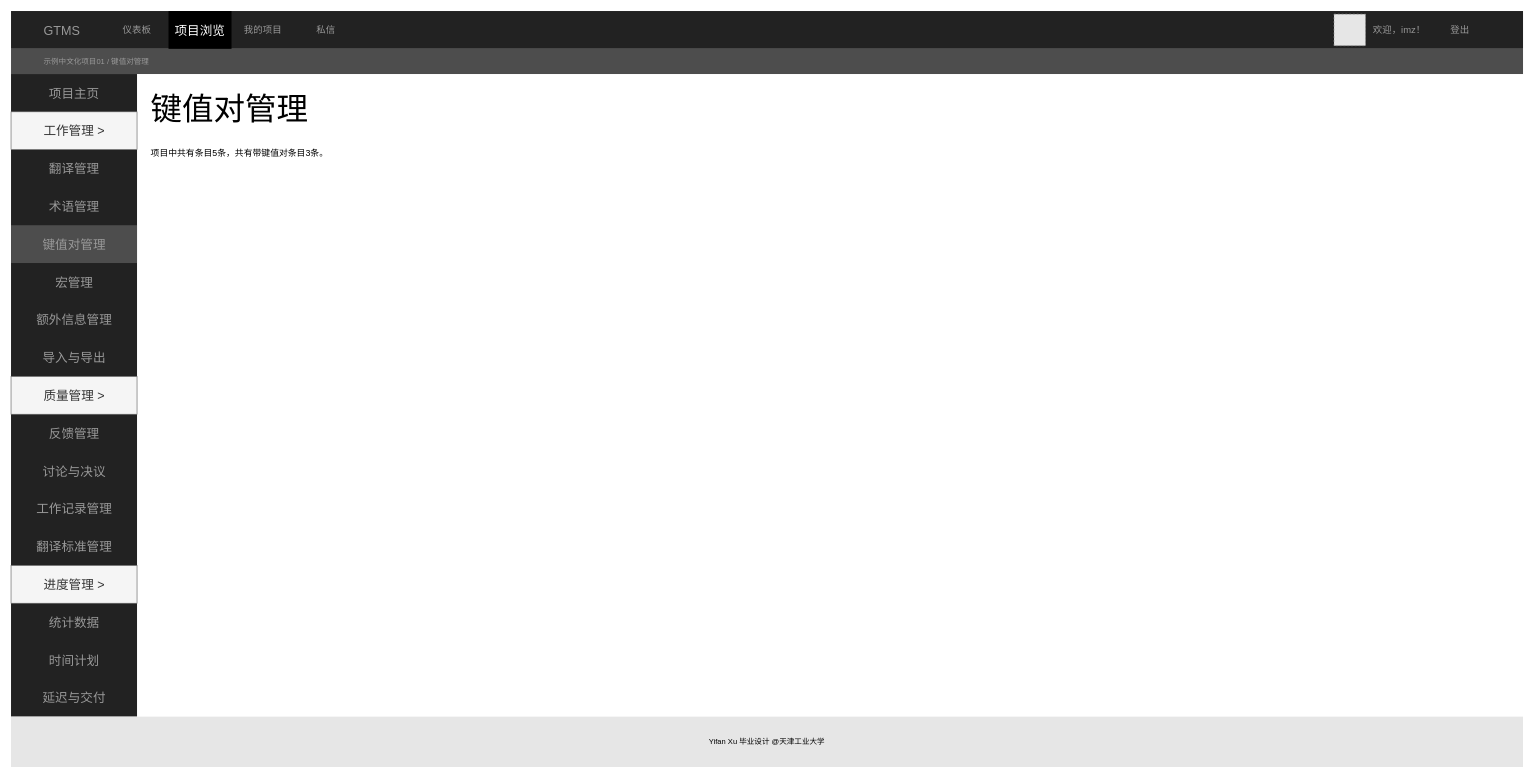
This is 键值对管理界面.drawio from icemeowzhi/bach_final_diags, a draw.io file, before an edit. Source tidied: cells renumbered, new cells numbered last; positions are measured from the earlier drawing's top-left corner, leaving out a move shared by most shapes. Both pictures are drawn from the tidied source at 63%, with x=0, y=0 at pixel (11, 11). Pictures stored in the file or linked from it are replaced by grey dashed boxes.
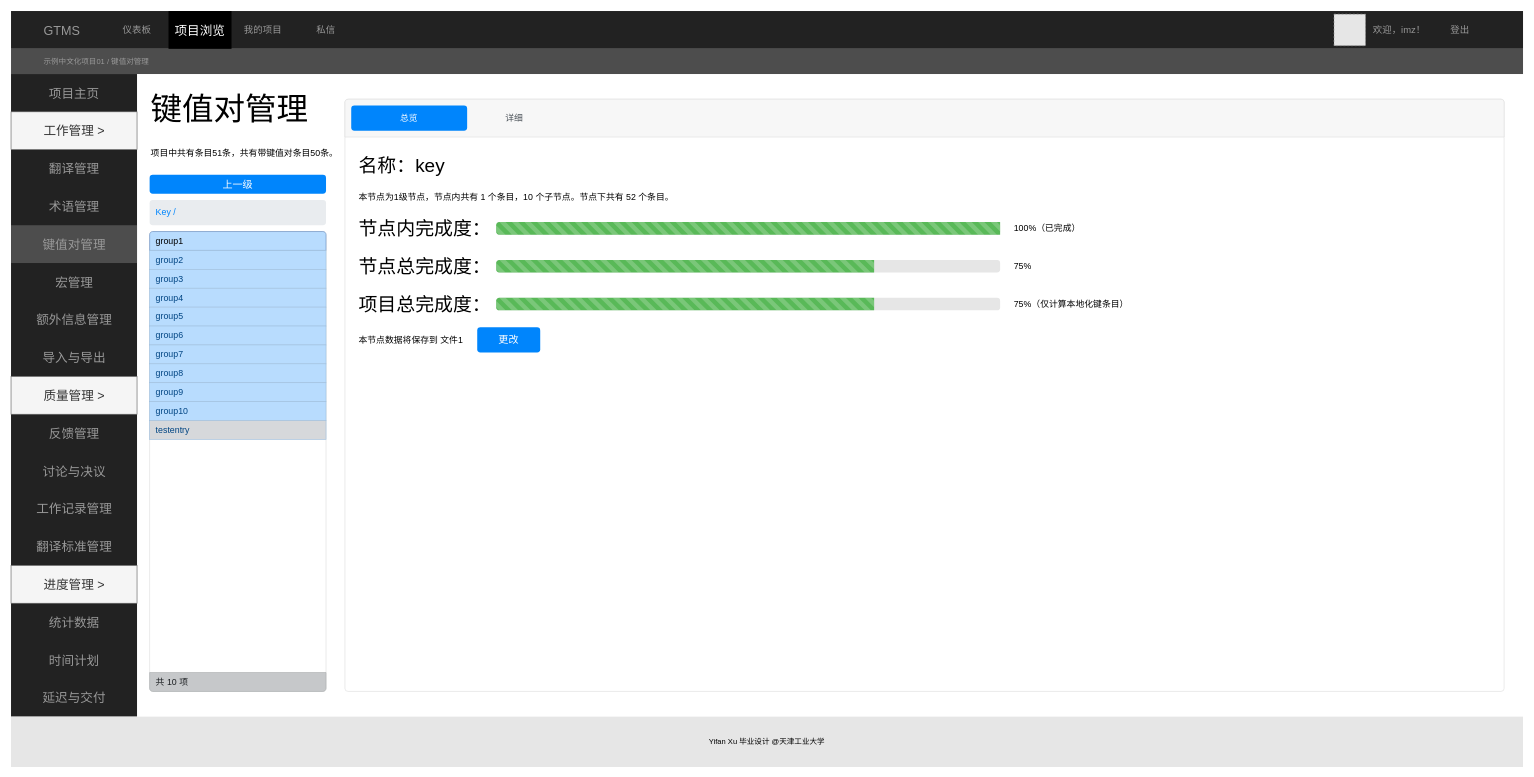
After the change.

Commit message:
更新键值对管理界面.drawio

What changed in the source:
```diff
@@
-    <mxCell id="33" value="&lt;div style=&quot;font-size: 14px;&quot; align=&quot;left&quot;&gt;&lt;font style=&quot;font-size: 14px;&quot;&gt;项目中共有条目5条，共有带键值对条目3条。&lt;/font&gt;&lt;/div&gt;" style="text;html=1;align=left;verticalAlign=middle;strokeColor=none;fillColor=none;" parent="1" vertex="1">
-      <mxGeometry x="220" y="210" width="310" height="30" as="geometry" />
+    <mxCell id="33" value="&lt;div style=&quot;font-size: 14px;&quot; align=&quot;left&quot;&gt;&lt;font style=&quot;font-size: 14px;&quot;&gt;项目中共有条目51条，共有带键值对条目50条。&lt;/font&gt;&lt;/div&gt;" style="text;html=1;align=left;verticalAlign=middle;strokeColor=none;fillColor=none;" parent="1" vertex="1">
+      <mxGeometry x="220" y="210" width="320" height="30" as="geometry" />
     </mxCell>
+    <mxCell id="34" style="html=1;shadow=0;dashed=0;shape=mxgraph.bootstrap.rrect;rSize=5;strokeColor=#DFDFDF;html=1;whiteSpace=wrap;fillColor=#FFFFFF;fontColor=#000000;" parent="1" vertex="1">
+      <mxGeometry x="220" y="350" width="280" height="730" as="geometry" />
+    </mxCell>
+    <mxCell id="35" value="group1" style="strokeColor=#6c8ebf;fillColor=#b8dcfe;html=1;shadow=0;dashed=0;shape=mxgraph.bootstrap.topButton;rSize=5;perimeter=none;whiteSpace=wrap;align=left;spacing=10;fontSize=14;" parent="34" vertex="1">
+      <mxGeometry width="280" height="30" relative="1" as="geometry" />
+    </mxCell>
+    <mxCell id="36" value="group2" style="html=1;fillColor=#B8DCFE;strokeColor=#A1C0DE;fontColor=#004583;shadow=0;dashed=0;perimeter=none;whiteSpace=wrap;align=left;spacing=10;fontSize=14;" parent="34" vertex="1">
+      <mxGeometry width="280" height="30" relative="1" as="geometry">
+        <mxPoint y="30" as="offset" />
+      </mxGeometry>
+    </mxCell>
+    <mxCell id="37" value="共 10 项" style="html=1;shadow=0;dashed=0;shape=mxgraph.bootstrap.bottomButton;fillColor=#C6C8CA;strokeColor=#ADAFB1;fontColor=#1B1E21;rSize=5;perimeter=none;whiteSpace=wrap;align=left;spacing=10;fontSize=14;" parent="34" vertex="1">
+      <mxGeometry y="1" width="280" height="30" relative="1" as="geometry">
+        <mxPoint y="-30" as="offset" />
+      </mxGeometry>
+    </mxCell>
+    <mxCell id="38" value="group3" style="html=1;fillColor=#B8DCFE;strokeColor=#A1C0DE;fontColor=#004583;shadow=0;dashed=0;perimeter=none;whiteSpace=wrap;align=left;spacing=10;fontSize=14;" parent="34" vertex="1">
+      <mxGeometry y="60" width="280" height="30" as="geometry" />
+    </mxCell>
+    <mxCell id="39" value="group4" style="html=1;fillColor=#B8DCFE;strokeColor=#A1C0DE;fontColor=#004583;shadow=0;dashed=0;perimeter=none;whiteSpace=wrap;align=left;spacing=10;fontSize=14;" parent="34" vertex="1">
+      <mxGeometry y="90" width="280" height="30" as="geometry" />
+    </mxCell>
+    <mxCell id="40" value="group5" style="html=1;fillColor=#B8DCFE;strokeColor=#A1C0DE;fontColor=#004583;shadow=0;dashed=0;perimeter=none;whiteSpace=wrap;align=left;spacing=10;fontSize=14;" parent="34" vertex="1">
+      <mxGeometry y="120" width="280" height="30" as="geometry" />
+    </mxCell>
+    <mxCell id="41" value="group6" style="html=1;fillColor=#B8DCFE;strokeColor=#A1C0DE;fontColor=#004583;shadow=0;dashed=0;perimeter=none;whiteSpace=wrap;align=left;spacing=10;fontSize=14;" parent="34" vertex="1">
+      <mxGeometry y="150" width="280" height="30" as="geometry" />
+    </mxCell>
+    <mxCell id="42" value="group7" style="html=1;fillColor=#B8DCFE;strokeColor=#A1C0DE;fontColor=#004583;shadow=0;dashed=0;perimeter=none;whiteSpace=wrap;align=left;spacing=10;fontSize=14;" parent="34" vertex="1">
+      <mxGeometry y="180" width="280" height="30" as="geometry" />
+    </mxCell>
+    <mxCell id="43" value="group8" style="html=1;fillColor=#B8DCFE;strokeColor=#A1C0DE;fontColor=#004583;shadow=0;dashed=0;perimeter=none;whiteSpace=wrap;align=left;spacing=10;fontSize=14;" parent="34" vertex="1">
+      <mxGeometry y="210" width="280" height="30" as="geometry" />
+    </mxCell>
+    <mxCell id="44" value="group9" style="html=1;fillColor=#B8DCFE;strokeColor=#A1C0DE;fontColor=#004583;shadow=0;dashed=0;perimeter=none;whiteSpace=wrap;align=left;spacing=10;fontSize=14;" parent="34" vertex="1">
+      <mxGeometry y="240" width="280" height="30" as="geometry" />
+    </mxCell>
+    <mxCell id="45" value="group10" style="html=1;fillColor=#B8DCFE;strokeColor=#A1C0DE;fontColor=#004583;shadow=0;dashed=0;perimeter=none;whiteSpace=wrap;align=left;spacing=10;fontSize=14;" parent="34" vertex="1">
+      <mxGeometry y="270" width="280" height="30" as="geometry" />
+    </mxCell>
+    <mxCell id="46" value="testentry" style="html=1;fillColor=#d6d8db;strokeColor=#A1C0DE;fontColor=#004583;shadow=0;dashed=0;perimeter=none;whiteSpace=wrap;align=left;spacing=10;fontSize=14;" parent="34" vertex="1">
+      <mxGeometry y="300" width="280" height="30" as="geometry" />
+    </mxCell>
+    <mxCell id="47" value="上一级" style="html=1;shadow=0;dashed=0;shape=mxgraph.bootstrap.rrect;rSize=5;strokeColor=none;strokeWidth=1;fillColor=#0085FC;fontColor=#FFFFFF;whiteSpace=wrap;align=center;verticalAlign=middle;spacingLeft=0;fontStyle=0;fontSize=16;spacing=5;" parent="1" vertex="1">
+      <mxGeometry x="220" y="260" width="280" height="30" as="geometry" />
+    </mxCell>
+    <mxCell id="48" value="&lt;font color=&quot;#0085fc&quot;&gt;Key / &lt;br&gt;&lt;/font&gt;" style="html=1;shadow=0;dashed=0;shape=mxgraph.bootstrap.rrect;rSize=5;strokeColor=none;strokeWidth=1;fillColor=#E9ECEF;fontColor=#6C757D;whiteSpace=wrap;align=left;verticalAlign=middle;spacingLeft=0;fontStyle=0;fontSize=14;spacing=10;" parent="1" vertex="1">
+      <mxGeometry x="220" y="300" width="280" height="40" as="geometry" />
+    </mxCell>
+    <mxCell id="49" style="html=1;shadow=0;dashed=0;shape=mxgraph.bootstrap.rrect;rSize=5;strokeColor=#DFDFDF;html=1;whiteSpace=wrap;fillColor=#FFFFFF;fontColor=#000000;" parent="1" vertex="1">
+      <mxGeometry x="530" y="140" width="1840" height="940" as="geometry" />
+    </mxCell>
+    <mxCell id="50" style="html=1;shadow=0;dashed=0;shape=mxgraph.bootstrap.topButton;strokeColor=inherit;fillColor=#F7F7F7;rSize=5;perimeter=none;whiteSpace=wrap;align=center;spacing=20;fontSize=14;" parent="49" vertex="1">
+      <mxGeometry width="1840" height="60" relative="1" as="geometry" />
+    </mxCell>
+    <mxCell id="51" value="总览" style="html=1;shadow=0;dashed=0;shape=mxgraph.bootstrap.rrect;arcSize=5;strokeColor=none;fillColor=#0085FC;rSize=5;perimeter=none;whiteSpace=wrap;align=center;spacing=20;fontSize=14;fontColor=#ffffff;" parent="49" vertex="1">
+      <mxGeometry width="184" height="40" relative="1" as="geometry">
+        <mxPoint x="10" y="10" as="offset" />
+      </mxGeometry>
+    </mxCell>
+    <mxCell id="52" value="详细" style="strokeColor=none;fillColor=none;rSize=5;perimeter=none;whiteSpace=wrap;align=center;spacing=20;fontSize=14;fontColor=#0085FC;fontColor=#4B5259;" parent="49" vertex="1">
+      <mxGeometry width="138" height="40" relative="1" as="geometry">
+        <mxPoint x="200" y="10" as="offset" />
+      </mxGeometry>
+    </mxCell>
+    <mxCell id="53" value="名称：key" style="text;html=1;align=left;verticalAlign=middle;strokeColor=none;fillColor=none;fontSize=30;" parent="49" vertex="1">
+      <mxGeometry x="20" y="80" width="160" height="50" as="geometry" />
+    </mxCell>
+    <mxCell id="54" value="&lt;font style=&quot;font-size: 14px;&quot;&gt;本节点为1级节点，节点内共有 1 个条目，10 个子节点。节点下共有 52 个条目。&lt;br style=&quot;font-size: 14px;&quot;&gt;&lt;/font&gt;" style="text;html=1;align=left;verticalAlign=middle;strokeColor=none;fillColor=none;fontSize=14;" parent="49" vertex="1">
+      <mxGeometry x="20" y="140" width="530" height="30" as="geometry" />
+    </mxCell>
+    <mxCell id="55" value="节点内完成度：" style="text;html=1;align=left;verticalAlign=middle;strokeColor=none;fillColor=none;fontSize=30;" parent="49" vertex="1">
+      <mxGeometry x="20" y="180" width="230" height="50" as="geometry" />
+    </mxCell>
+    <mxCell id="56" value="节点总完成度：" style="text;html=1;align=left;verticalAlign=middle;strokeColor=none;fillColor=none;fontSize=30;" parent="49" vertex="1">
+      <mxGeometry x="20" y="240" width="230" height="50" as="geometry" />
+    </mxCell>
+    <mxCell id="57" style="html=1;shadow=0;dashed=0;shape=mxgraph.bootstrap.rrect;rSize=5;strokeColor=none;fillColor=#E6E6E6;whiteSpace=wrap;" parent="49" vertex="1">
+      <mxGeometry x="240" y="255" width="800" height="20" as="geometry" />
+    </mxCell>
+    <mxCell id="58" style="html=1;shadow=0;dashed=0;shape=mxgraph.bootstrap.leftButtonStriped;fillColor=#59B958;fontColor=#FFFFFF;whiteSpace=wrap;" parent="57" vertex="1">
+      <mxGeometry width="600" height="20" as="geometry" />
+    </mxCell>
+    <mxCell id="59" value="100%（已完成）" style="text;html=1;align=left;verticalAlign=middle;strokeColor=none;fillColor=none;fontSize=14;" parent="49" vertex="1">
+      <mxGeometry x="1060" y="190" width="130" height="30" as="geometry" />
+    </mxCell>
+    <mxCell id="60" value="75%" style="text;html=1;align=left;verticalAlign=middle;strokeColor=none;fillColor=none;fontSize=14;" parent="49" vertex="1">
+      <mxGeometry x="1060" y="250" width="50" height="30" as="geometry" />
+    </mxCell>
+    <mxCell id="61" value="项目总完成度：" style="text;html=1;align=left;verticalAlign=middle;strokeColor=none;fillColor=none;fontSize=30;" parent="49" vertex="1">
+      <mxGeometry x="20" y="300" width="230" height="50" as="geometry" />
+    </mxCell>
+    <mxCell id="62" style="html=1;shadow=0;dashed=0;shape=mxgraph.bootstrap.rrect;rSize=5;strokeColor=none;fillColor=#E6E6E6;whiteSpace=wrap;" parent="49" vertex="1">
+      <mxGeometry x="240" y="315" width="800" height="20" as="geometry" />
+    </mxCell>
+    <mxCell id="63" style="html=1;shadow=0;dashed=0;shape=mxgraph.bootstrap.leftButtonStriped;fillColor=#59B958;fontColor=#FFFFFF;whiteSpace=wrap;" parent="62" vertex="1">
+      <mxGeometry width="600" height="20" as="geometry" />
+    </mxCell>
+    <mxCell id="64" value="75%（仅计算本地化键条目）" style="text;html=1;align=left;verticalAlign=middle;strokeColor=none;fillColor=none;fontSize=14;" parent="49" vertex="1">
+      <mxGeometry x="1060" y="310" width="210" height="30" as="geometry" />
+    </mxCell>
+    <mxCell id="65" style="html=1;shadow=0;dashed=0;shape=mxgraph.bootstrap.rrect;rSize=5;strokeColor=none;fillColor=#E6E6E6;whiteSpace=wrap;" parent="49" vertex="1">
+      <mxGeometry x="240" y="195" width="800" height="20" as="geometry" />
+    </mxCell>
+    <mxCell id="66" style="html=1;shadow=0;dashed=0;shape=mxgraph.bootstrap.leftButtonStriped;fillColor=#59B958;fontColor=#FFFFFF;whiteSpace=wrap;" parent="65" vertex="1">
+      <mxGeometry width="800" height="20" as="geometry" />
+    </mxCell>
+    <mxCell id="67" value="本节点数据将保存到 文件1" style="text;html=1;align=left;verticalAlign=middle;strokeColor=none;fillColor=none;fontSize=14;" parent="49" vertex="1">
+      <mxGeometry x="20" y="367" width="190" height="30" as="geometry" />
+    </mxCell>
+    <mxCell id="68" value="更改" style="html=1;shadow=0;dashed=0;shape=mxgraph.bootstrap.rrect;rSize=5;strokeColor=none;strokeWidth=1;fillColor=#0085FC;fontColor=#FFFFFF;whiteSpace=wrap;align=center;verticalAlign=middle;spacingLeft=0;fontStyle=0;fontSize=16;spacing=5;" parent="49" vertex="1">
+      <mxGeometry x="210" y="362" width="100" height="40" as="geometry" />
+    </mxCell>
```
